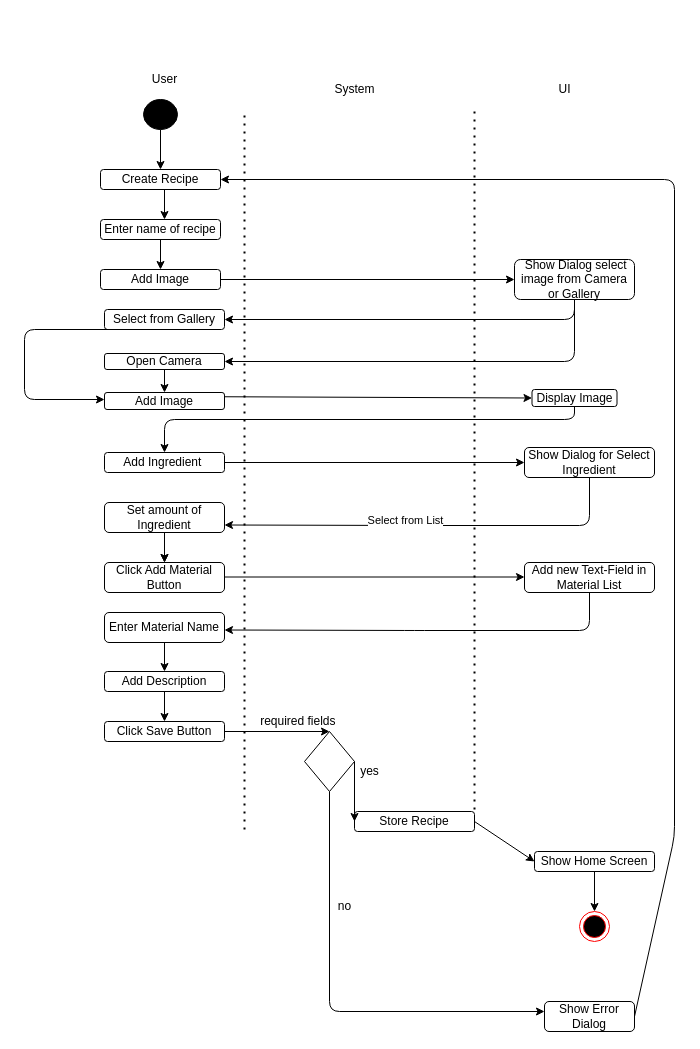
Before: embedded-files/createrecipe.drawio in JanPfenning/Mood4Food_Doc, a draw.io diagram. Source tidied: cells renumbered, new cells numbered last; positions are measured from the earlier drawing's top-left corner, leaving out a move shared by most shapes. Both pictures are drawn from the tidied source at 100%, with x=0, y=0 at pixel (24, 69).
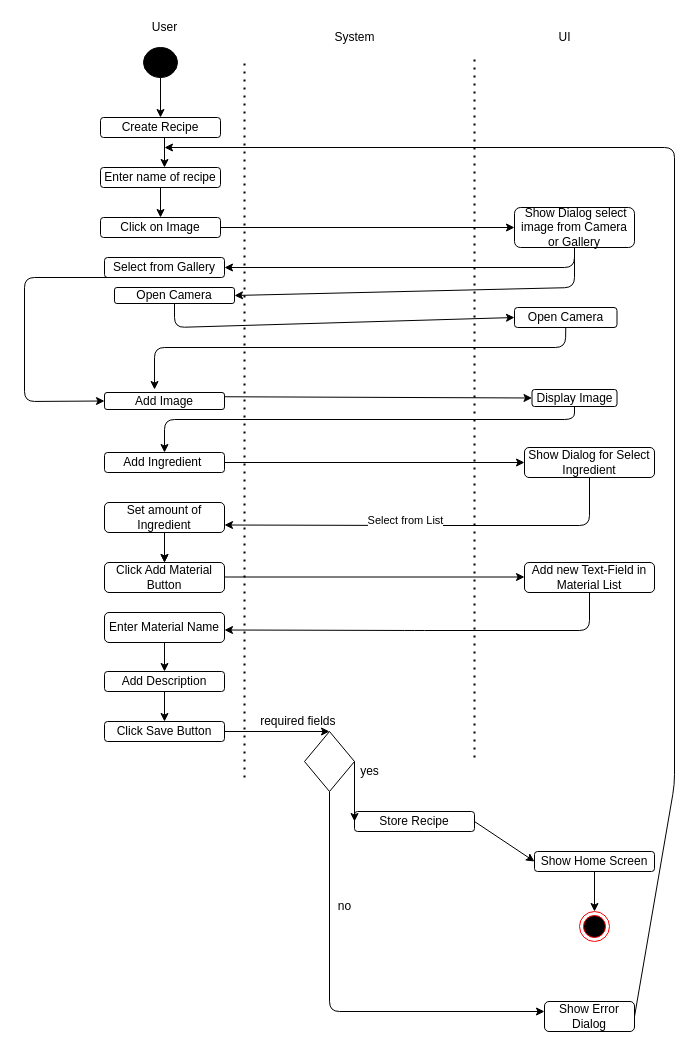
Above is the later version.

The change refers to these unchanged cells:
```xml
<mxCell id="36" value="Show Error Dialog" style="rounded=1;whiteSpace=wrap;html=1;fillColor=#FFFFFF;" parent="1" vertex="1">
  <mxGeometry x="520" y="932" width="90" height="30" as="geometry" />
</mxCell>
<mxCell id="54" value="Add Image" style="rounded=1;whiteSpace=wrap;html=1;" parent="1" vertex="1">
  <mxGeometry x="80" y="323" width="120" height="17" as="geometry" />
</mxCell>
```

The edit, as a diff of the source:
```diff
@@
     <mxCell id="2" style="endArrow=none;dashed=1;html=1;dashPattern=1 3;strokeWidth=2;" parent="1" edge="1">
       <mxGeometry relative="1" as="geometry">
-        <mxPoint x="220" y="760" as="sourcePoint" />
-        <mxPoint x="220" y="40" as="targetPoint" />
+        <mxPoint x="220" y="708" as="sourcePoint" />
+        <mxPoint x="220" y="-12" as="targetPoint" />
       </mxGeometry>
     </mxCell>
     <mxCell id="3" value="User" style="text;html=1;align=center;verticalAlign=middle;" parent="1" vertex="1">
-      <mxGeometry x="120" width="40" height="20" as="geometry" />
+      <mxGeometry x="120" y="-52" width="40" height="20" as="geometry" />
     </mxCell>
@@
     <mxCell id="5" value="Create Recipe" style="rounded=1;whiteSpace=wrap;html=1;" parent="1" vertex="1">
-      <mxGeometry x="76" y="100" width="120" height="20" as="geometry" />
+      <mxGeometry x="76" y="48" width="120" height="20" as="geometry" />
     </mxCell>
     <mxCell id="6" style="endArrow=classic;html=1;" parent="1" edge="1">
       <mxGeometry relative="1" as="geometry">
-        <mxPoint x="140" y="120" as="sourcePoint" />
-        <mxPoint x="140" y="150" as="targetPoint" />
+        <mxPoint x="140" y="68" as="sourcePoint" />
+        <mxPoint x="140" y="98" as="targetPoint" />
       </mxGeometry>
     </mxCell>
     <mxCell id="7" value="Enter name of recipe" style="rounded=1;whiteSpace=wrap;html=1;" parent="1" vertex="1">
-      <mxGeometry x="76" y="150" width="120" height="20" as="geometry" />
+      <mxGeometry x="76" y="98" width="120" height="20" as="geometry" />
     </mxCell>
     <mxCell id="8" style="endArrow=classic;html=1;exitX=0.5;exitY=1;exitDx=0;exitDy=0;" parent="1" edge="1" source="7">
       <mxGeometry relative="1" as="geometry">
-        <mxPoint x="136" y="200" as="targetPoint" />
+        <mxPoint x="136" y="148" as="targetPoint" />
       </mxGeometry>
     </mxCell>
@@
     <mxCell id="17" style="verticalLabelPosition=bottom;verticalAlign=top;html=1;shape=mxgraph.flowchart.on-page_reference;fillColor=#000000;" parent="1" vertex="1">
-      <mxGeometry x="119" y="30" width="34" height="30" as="geometry" />
+      <mxGeometry x="119" y="-22" width="34" height="30" as="geometry" />
     </mxCell>
     <mxCell id="18" value="System" style="text;html=1;align=center;verticalAlign=middle;" parent="1" vertex="1">
-      <mxGeometry x="300" y="10" width="60" height="20" as="geometry" />
+      <mxGeometry x="300" y="-42" width="60" height="20" as="geometry" />
     </mxCell>
     <mxCell id="19" style="endArrow=none;dashed=1;html=1;dashPattern=1 3;strokeWidth=2;" parent="1" edge="1">
       <mxGeometry relative="1" as="geometry">
-        <mxPoint x="450" y="740" as="sourcePoint" />
-        <mxPoint x="450" y="40" as="targetPoint" />
+        <mxPoint x="450" y="688" as="sourcePoint" />
+        <mxPoint x="450" y="-12" as="targetPoint" />
       </mxGeometry>
     </mxCell>
     <mxCell id="20" value="UI" style="text;html=1;align=center;verticalAlign=middle;" parent="1" vertex="1">
-      <mxGeometry x="525" y="10" width="30" height="20" as="geometry" />
+      <mxGeometry x="525" y="-42" width="30" height="20" as="geometry" />
     </mxCell>
@@
-    <mxCell id="43" style="endArrow=classic;html=1;exitX=1;exitY=0.5;exitDx=0;exitDy=0;entryX=1;entryY=0.5;entryDx=0;entryDy=0;" parent="1" edge="1" source="36" target="5">
+    <mxCell id="43" style="endArrow=classic;html=1;exitX=1;exitY=0.5;exitDx=0;exitDy=0;" parent="1" edge="1" source="36">
       <mxGeometry relative="1" as="geometry">
+        <mxPoint x="140" y="78" as="targetPoint" />
         <Array as="points">
-          <mxPoint x="650" y="767" />
-          <mxPoint x="650" y="110" />
+          <mxPoint x="650" y="715" />
+          <mxPoint x="650" y="78" />
         </Array>
       </mxGeometry>
     </mxCell>
-    <mxCell id="44" value="Add Image" style="rounded=1;whiteSpace=wrap;html=1;" parent="1" vertex="1">
-      <mxGeometry x="76" y="200" width="120" height="20" as="geometry" />
+    <mxCell id="44" value="Click on Image" style="rounded=1;whiteSpace=wrap;html=1;" parent="1" vertex="1">
+      <mxGeometry x="76" y="148" width="120" height="20" as="geometry" />
     </mxCell>
     <mxCell id="45" style="endArrow=classic;html=1;exitX=1;exitY=0.5;exitDx=0;exitDy=0;" parent="1" edge="1" source="44">
       <mxGeometry relative="1" as="geometry">
-        <mxPoint x="490" y="210" as="targetPoint" />
+        <mxPoint x="490" y="158" as="targetPoint" />
       </mxGeometry>
     </mxCell>
     <mxCell id="46" value="&amp;nbsp;Show Dialog select image from Camera or Gallery" style="rounded=1;whiteSpace=wrap;html=1;" parent="1" vertex="1">
-      <mxGeometry x="490" y="190" width="120" height="40" as="geometry" />
+      <mxGeometry x="490" y="138" width="120" height="40" as="geometry" />
     </mxCell>
     <mxCell id="47" value="Select from Gallery" style="rounded=1;whiteSpace=wrap;html=1;" parent="1" vertex="1">
-      <mxGeometry x="80" y="240" width="120" height="20" as="geometry" />
+      <mxGeometry x="80" y="188" width="120" height="20" as="geometry" />
     </mxCell>
     <mxCell id="48" style="endArrow=classic;html=1;exitX=0.5;exitY=1;exitDx=0;exitDy=0;entryX=1;entryY=0.5;entryDx=0;entryDy=0;" parent="1" edge="1" source="46" target="47">
       <mxGeometry relative="1" as="geometry">
         <Array as="points">
-          <mxPoint x="550" y="250" />
+          <mxPoint x="550" y="198" />
         </Array>
       </mxGeometry>
     </mxCell>
     <mxCell id="49" value="Open Camera" style="rounded=1;whiteSpace=wrap;html=1;" parent="1" vertex="1">
-      <mxGeometry x="80" y="284" width="120" height="16" as="geometry" />
+      <mxGeometry x="90" y="218" width="120" height="16" as="geometry" />
     </mxCell>
     <mxCell id="50" style="endArrow=classic;html=1;entryX=1;entryY=0.5;entryDx=0;entryDy=0;" parent="1" edge="1" source="46" target="49">
       <mxGeometry relative="1" as="geometry">
         <Array as="points">
-          <mxPoint x="550" y="292" />
+          <mxPoint x="550" y="218" />
         </Array>
       </mxGeometry>
     </mxCell>
-    <mxCell id="51" style="endArrow=classic;html=1;exitX=0.5;exitY=1;exitDx=0;exitDy=0;" parent="1" edge="1" source="47">
+    <mxCell id="51" style="endArrow=classic;html=1;exitX=0.5;exitY=1;exitDx=0;exitDy=0;entryX=0;entryY=0.5;entryDx=0;entryDy=0;" parent="1" edge="1" source="47" target="54">
       <mxGeometry relative="1" as="geometry">
-        <mxPoint x="80" y="330" as="targetPoint" />
         <Array as="points">
-          <mxPoint y="260" />
-          <mxPoint y="330" />
+          <mxPoint y="208" />
+          <mxPoint y="332" />
         </Array>
       </mxGeometry>
     </mxCell>
-    <mxCell id="52" style="endArrow=classic;html=1;exitX=0.5;exitY=1;exitDx=0;exitDy=0;entryX=0.5;entryY=0;entryDx=0;entryDy=0;" parent="1" edge="1" source="49" target="54">
-      <mxGeometry relative="1" as="geometry" />
-    </mxCell>
@@
+    <mxCell id="57" style="endArrow=classic;html=1;exitX=0.5;exitY=1;exitDx=0;exitDy=0;entryX=0;entryY=0.5;entryDx=0;entryDy=0;" parent="1" edge="1" source="49" target="58">
+      <mxGeometry relative="1" as="geometry">
+        <Array as="points">
+          <mxPoint x="150" y="258" />
+        </Array>
+      </mxGeometry>
+    </mxCell>
+    <mxCell id="58" value="Open Camera" style="rounded=1;whiteSpace=wrap;html=1;" parent="1" vertex="1">
+      <mxGeometry x="490" y="238" width="102.5" height="20" as="geometry" />
+    </mxCell>
+    <mxCell id="59" style="endArrow=classic;html=1;exitX=0.5;exitY=1;exitDx=0;exitDy=0;entryX=0.417;entryY=-0.176;entryDx=0;entryDy=0;entryPerimeter=0;" parent="1" edge="1" source="58" target="54">
+      <mxGeometry relative="1" as="geometry">
+        <Array as="points">
+          <mxPoint x="541" y="278" />
+          <mxPoint x="130" y="278" />
+        </Array>
+      </mxGeometry>
+    </mxCell>
```
